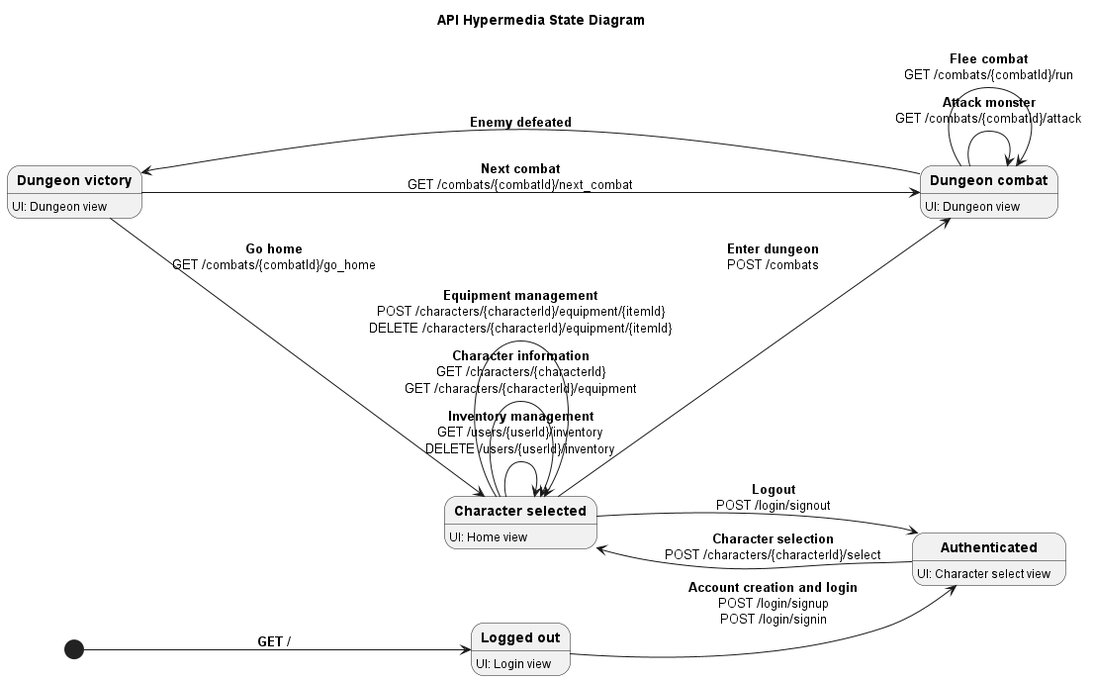
cyborgwalrus/dungeons-and-databases keeps this PlantUML diagram as docs/hypermedia-state.png. Above is the earlier version. Source of this version:
```plantuml
@startuml hypermedia-state
title API Hypermedia State Diagram
left to right direction
skinparam shadowing false

state "**Logged out**" as logged_out: UI: Login view
state "**Authenticated**" as authenticated: UI: Character select view
state "**Character selected**" as home: UI: Home view
state "**Dungeon combat**" as combat: UI: Dungeon view
state "**Dungeon victory**" as victory: UI: Dungeon view

[*] --> logged_out: **GET /**

logged_out --> authenticated : **Account creation and login**\nPOST /login/signup\nPOST /login/signin
authenticated --> home : **Character selection**\nPOST /characters/{characterId}/select

home --> combat : **Enter dungeon**\nPOST /combats
home --> authenticated : **Logout**\nPOST /login/signout
home --> home : **Inventory management**\nGET /users/{userId}/inventory\nDELETE /users/{userId}/inventory
home --> home : **Character information**\nGET /characters/{characterId}\nGET /characters/{characterId}/equipment
home --> home : **Equipment management**\nPOST /characters/{characterId}/equipment/{itemId}\nDELETE /characters/{characterId}/equipment/{itemId}

combat --> combat : **Attack monster**\nGET /combats/{combatId}/attack
combat --> combat : **Flee combat**\nGET /combats/{combatId}/run
combat --> victory : **Enemy defeated**
victory -> combat : **Next combat**\nGET /combats/{combatId}/next_combat
victory --> home : **Go home**\nGET /combats/{combatId}/go_home

@enduml
```
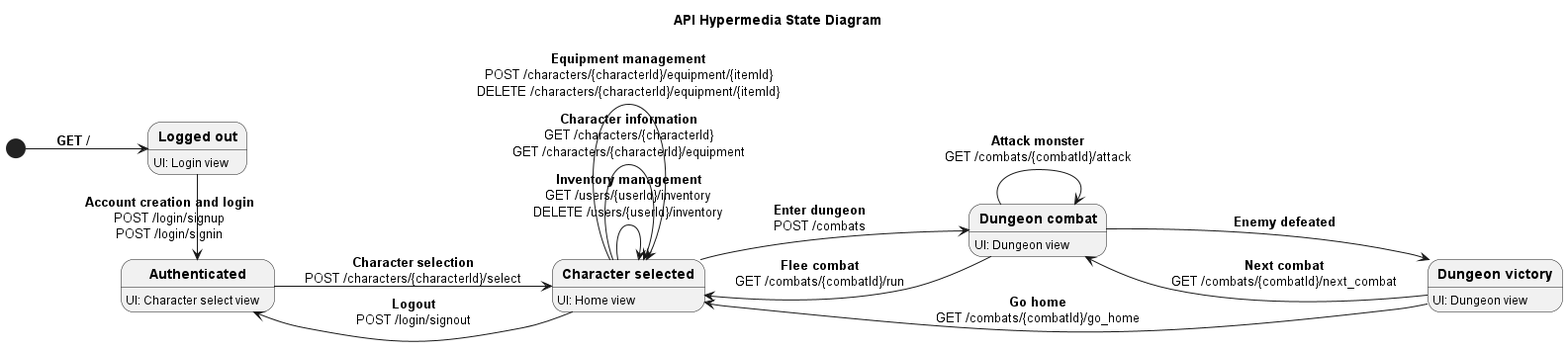
Above is the later version.

Commit message:
rendered diagram

Diff of the diagram source:
```diff
@@ -11,8 +11,8 @@
 
 [*] --> logged_out: **GET /**
 
-logged_out --> authenticated : **Account creation and login**\nPOST /login/signup\nPOST /login/signin
-authenticated --> home : **Character selection**\nPOST /characters/{characterId}/select
+logged_out -> authenticated : **Account creation and login**\nPOST /login/signup\nPOST /login/signin
+authenticated -> home : **Character selection**\nPOST /characters/{characterId}/select
 
 home --> combat : **Enter dungeon**\nPOST /combats
 home --> authenticated : **Logout**\nPOST /login/signout
@@ -20,9 +20,10 @@
 home --> home : **Character information**\nGET /characters/{characterId}\nGET /characters/{characterId}/equipment
 home --> home : **Equipment management**\nPOST /characters/{characterId}/equipment/{itemId}\nDELETE /characters/{characterId}/equipment/{itemId}
 
-combat --> combat : **Attack monster**\nGET /combats/{combatId}/attack
-combat --> combat : **Flee combat**\nGET /combats/{combatId}/run
+combat ---> combat : **Attack monster**\nGET /combats/{combatId}/attack
+combat -> home : **Flee combat**\nGET /combats/{combatId}/run
 combat --> victory : **Enemy defeated**
+
 victory -> combat : **Next combat**\nGET /combats/{combatId}/next_combat
 victory --> home : **Go home**\nGET /combats/{combatId}/go_home
 
```
